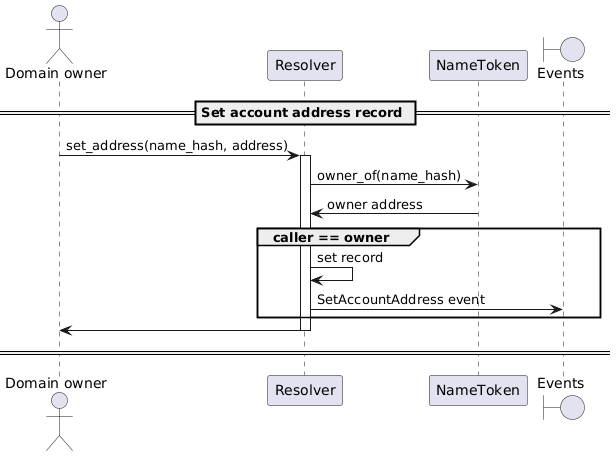
The PlantUML diagram docs/sequence-diagrams/puml/set-account-address-record.png in make-software/cspr-name-contracts, before a commit. Its diagram source:
```plantuml
@startuml

actor "Domain owner"
participant "Resolver"
participant "NameToken"
boundary "Events"

== Set account address record ==

"Domain owner" -> Resolver: set_address(name_hash, address)
activate Resolver
Resolver -> NameToken: owner_of(name_hash)
NameToken -> Resolver: owner address
group caller == owner
    Resolver -> Resolver: set record
    Resolver -> Events: SetAccountAddress event
end
Resolver -> "Domain owner"
deactivate Resolver

== ==

@enduml
```
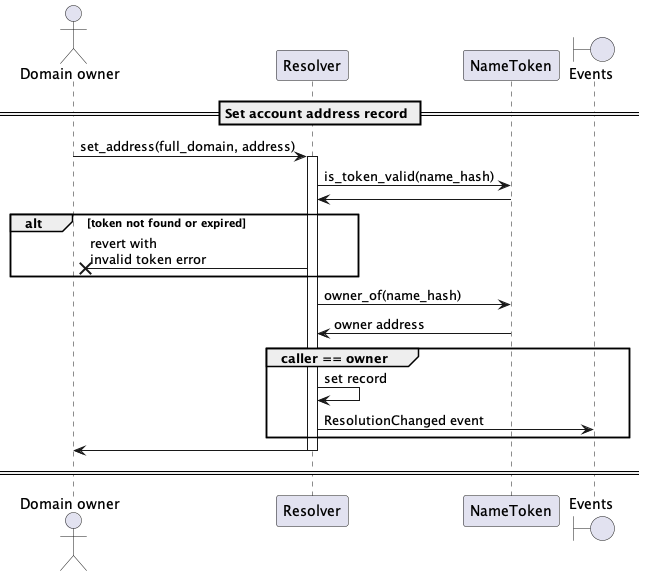
The same file after the commit.

Change to the diagram source:
```diff
@@ -7,13 +7,18 @@
 
 == Set account address record ==
 
-"Domain owner" -> Resolver: set_address(name_hash, address)
+"Domain owner" -> Resolver: set_address(full_domain, address)
 activate Resolver
+Resolver -> NameToken: is_token_valid(name_hash)
+NameToken -> Resolver
+alt token not found or expired
+    Resolver ->x "Domain owner": revert with\ninvalid token error
+end
 Resolver -> NameToken: owner_of(name_hash)
 NameToken -> Resolver: owner address
 group caller == owner
     Resolver -> Resolver: set record
-    Resolver -> Events: SetAccountAddress event
+    Resolver -> Events: ResolutionChanged event
 end
 Resolver -> "Domain owner"
 deactivate Resolver
```
